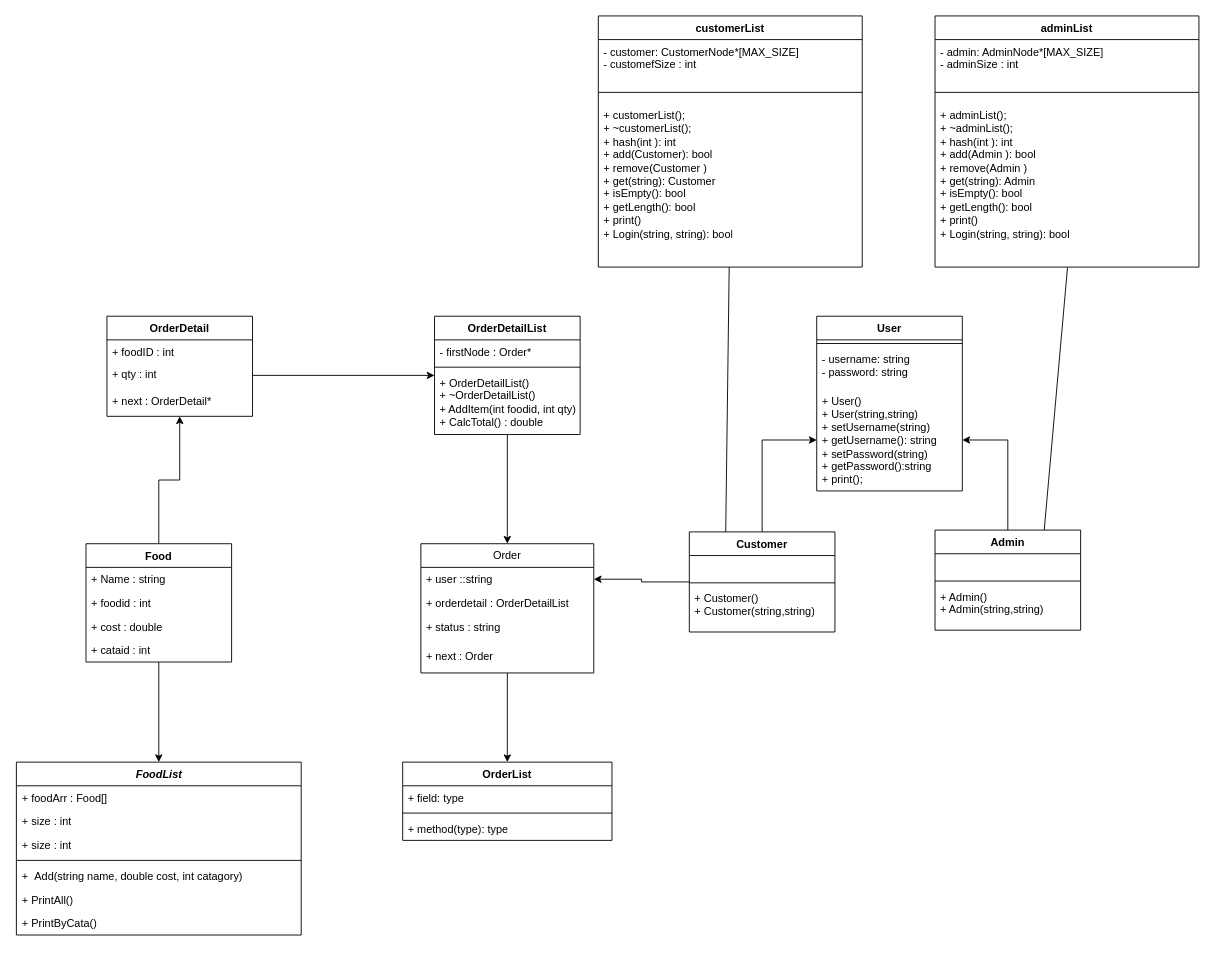
Above: Assginment.drawio in a1dss/DSA_Assignment (draw.io), before the change. Source tidied: cells renumbered, new cells numbered last; positions are measured from the earlier drawing's top-left corner, leaving out a move shared by most shapes. Both pictures are drawn from the tidied source at 91%, with x=0, y=0 at pixel (15, 15).
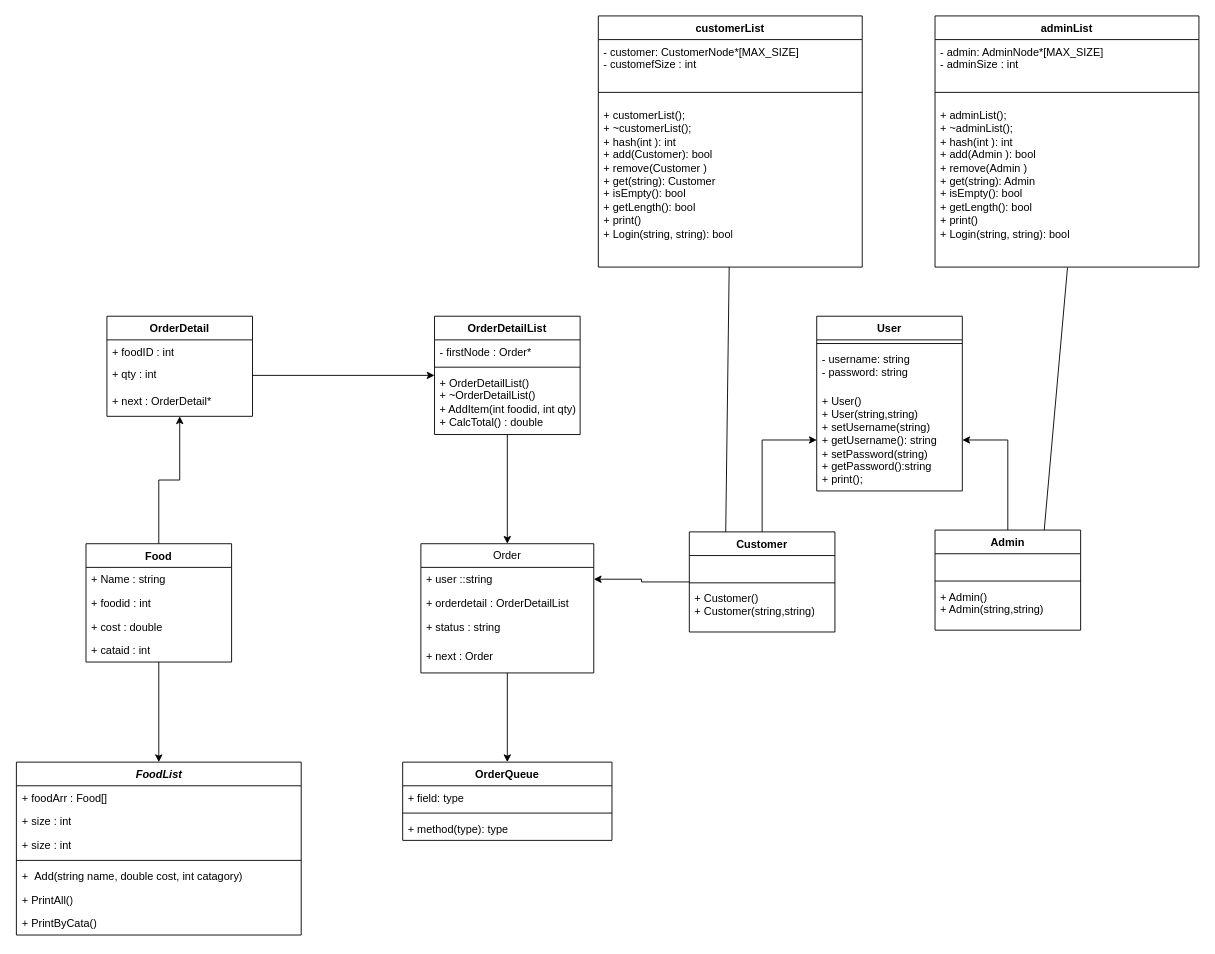
After the change.

Diff of the diagram source:
```diff
@@
-    <mxCell id="51" value="OrderList" style="swimlane;fontStyle=1;align=center;verticalAlign=top;horizontal=1;startSize=26;whiteSpace=wrap;html=1;" parent="1" vertex="1">
+    <mxCell id="51" value="OrderQueue" style="swimlane;fontStyle=1;align=center;verticalAlign=top;horizontal=1;startSize=26;whiteSpace=wrap;html=1;" parent="1" vertex="1">
       <mxGeometry x="425" y="820" width="230" height="86" as="geometry" />
     </mxCell>
```
